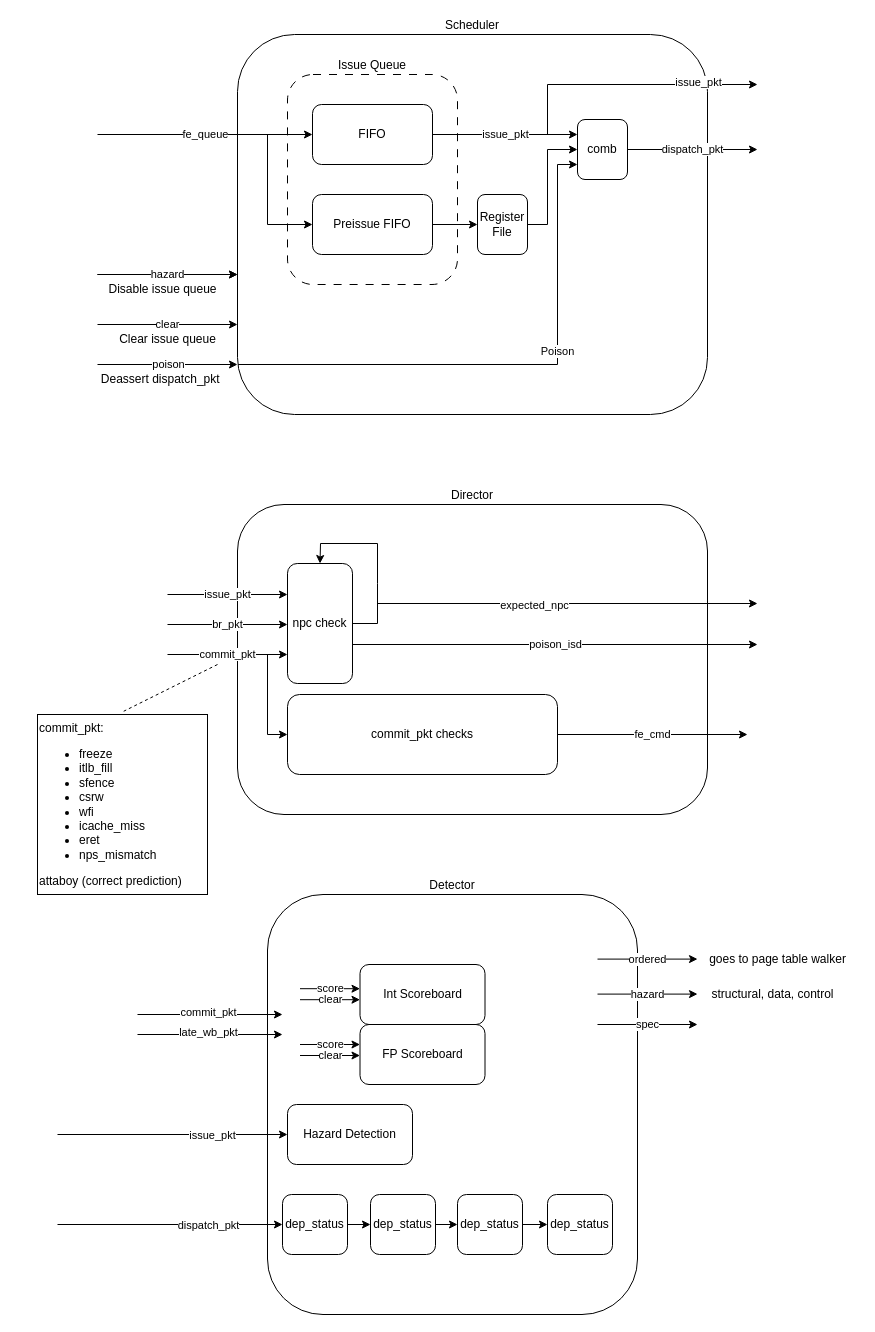
Before: page "Back End" (3 of 6) of diagrams/black_parrot.drawio in JefferyLim/ec513_final_project, a draw.io diagram. Source tidied: cells renumbered, new cells numbered last; positions are measured from the earlier drawing's top-left corner, leaving out a move shared by most shapes. Both pictures are drawn from the tidied source at 100%, with x=0, y=0 at pixel (37, 34).
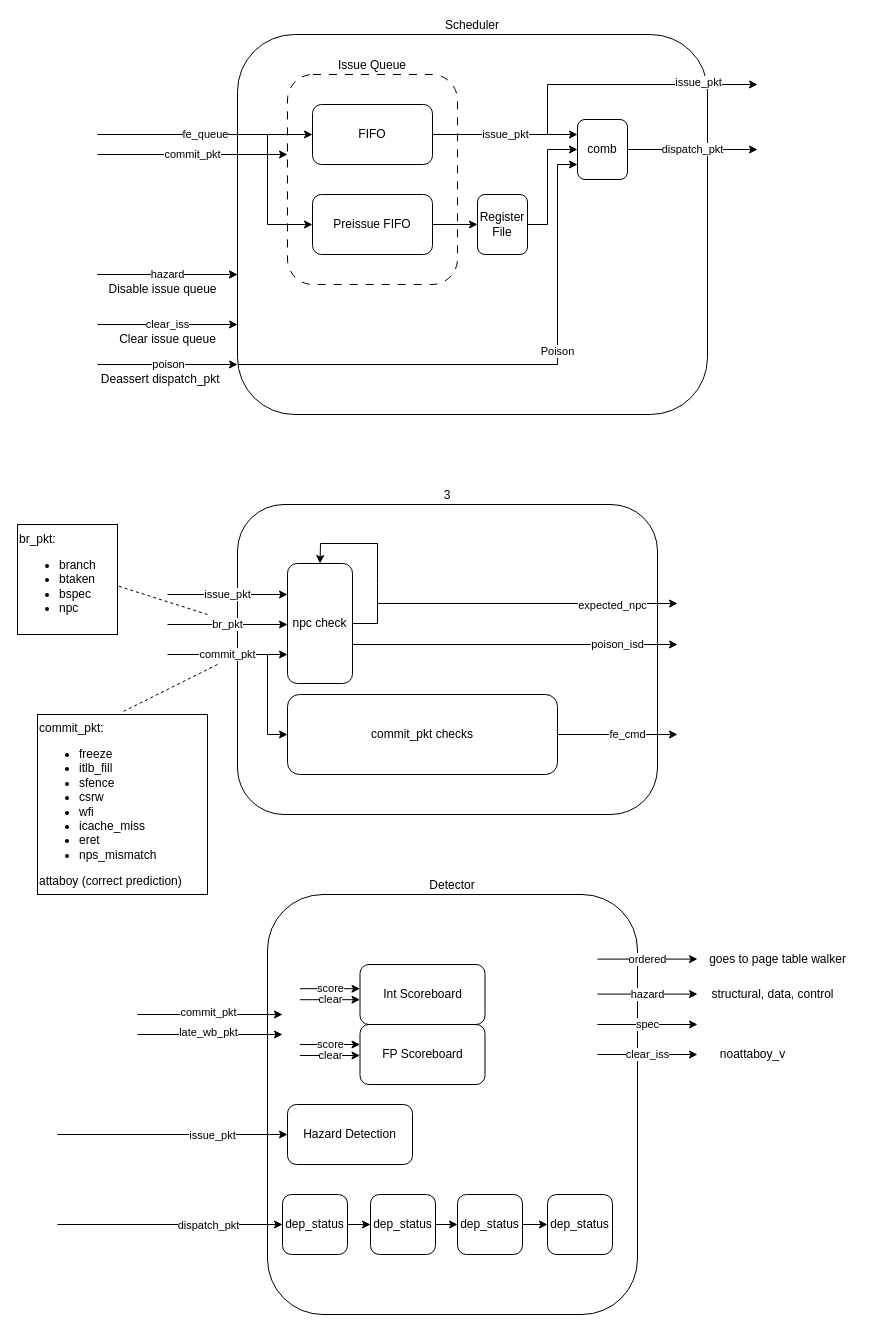
The same page after the edit.

Unchanged cells that the change refers to:
```xml
<mxCell id="38" value="commit_pkt checks" style="rounded=1;whiteSpace=wrap;html=1;" parent="1" vertex="1">
  <mxGeometry x="250" y="660" width="270" height="80" as="geometry" />
</mxCell>
```

Change to the diagram source:
```diff
@@
-    <mxCell id="2" value="Director" style="rounded=1;whiteSpace=wrap;html=1;labelPosition=center;verticalLabelPosition=top;align=center;verticalAlign=bottom;" parent="1" vertex="1">
-      <mxGeometry x="200" y="470" width="470" height="310" as="geometry" />
+    <mxCell id="2" value="3" style="rounded=1;whiteSpace=wrap;html=1;labelPosition=center;verticalLabelPosition=top;align=center;verticalAlign=bottom;" parent="1" vertex="1">
+      <mxGeometry x="200" y="470" width="420" height="310" as="geometry" />
     </mxCell>
@@
-    <mxCell id="19" value="clear" style="endArrow=classic;html=1;rounded=0;" parent="1" edge="1">
+    <mxCell id="19" value="clear_iss" style="endArrow=classic;html=1;rounded=0;" parent="1" edge="1">
       <mxGeometry relative="1" as="geometry">
         <mxPoint x="60" y="290" as="sourcePoint" />
         <mxPoint x="200" y="290" as="targetPoint" />
       </mxGeometry>
     </mxCell>
@@
     <mxCell id="32" value="poison_isd" style="endArrow=classic;html=1;rounded=0;" parent="1" edge="1">
-      <mxGeometry relative="1" as="geometry">
+      <mxGeometry x="0.63" relative="1" as="geometry">
         <mxPoint x="315" y="610" as="sourcePoint" />
-        <mxPoint x="720" y="610" as="targetPoint" />
+        <mxPoint x="640" y="610" as="targetPoint" />
       </mxGeometry>
     </mxCell>
@@
     <mxCell id="35" style="endArrow=classic;html=1;rounded=0;" parent="1" edge="1">
       <mxGeometry relative="1" as="geometry">
         <mxPoint x="340" y="569" as="sourcePoint" />
-        <mxPoint x="720" y="569" as="targetPoint" />
+        <mxPoint x="640" y="569" as="targetPoint" />
       </mxGeometry>
     </mxCell>
     <mxCell id="36" value="expected_npc" style="edgeLabel;html=1;align=center;verticalAlign=middle;" parent="35" vertex="1">
-      <mxGeometry x="-0.18" y="-1" relative="1" as="geometry" />
+      <mxGeometry x="-0.18" y="-1" relative="1" as="geometry">
+        <mxPoint x="111" as="offset" />
+      </mxGeometry>
     </mxCell>
     <mxCell id="37" value="fe_cmd" style="endArrow=classic;html=1;rounded=0;exitX=1;exitY=0.5;exitDx=0;exitDy=0;" parent="1" edge="1" source="38">
-      <mxGeometry relative="1" as="geometry">
-        <mxPoint x="710" y="700" as="targetPoint" />
+      <mxGeometry x="0.17" relative="1" as="geometry">
+        <mxPoint x="640" y="700" as="targetPoint" />
       </mxGeometry>
     </mxCell>
@@
+    <mxCell id="69" value="commit_pkt" style="endArrow=classic;html=1;rounded=0;" parent="1" edge="1">
+      <mxGeometry relative="1" as="geometry">
+        <mxPoint x="60" y="120" as="sourcePoint" />
+        <mxPoint x="250" y="120" as="targetPoint" />
+      </mxGeometry>
+    </mxCell>
+    <mxCell id="70" value="&lt;span style=&quot;color: rgb(0, 0, 0); font-family: Helvetica; font-size: 11px; font-style: normal; font-variant-ligatures: normal; font-variant-caps: normal; font-weight: 400; letter-spacing: normal; orphans: 2; text-align: center; text-indent: 0px; text-transform: none; widows: 2; word-spacing: 0px; -webkit-text-stroke-width: 0px; white-space: nowrap; background-color: rgb(255, 255, 255); text-decoration-thickness: initial; text-decoration-style: initial; text-decoration-color: initial; display: inline !important; float: none;&quot;&gt;clear_iss&lt;/span&gt;" style="endArrow=classic;html=1;rounded=0;" parent="1" edge="1">
+      <mxGeometry relative="1" as="geometry">
+        <mxPoint x="560" y="1020" as="sourcePoint" />
+        <mxPoint x="660" y="1020" as="targetPoint" />
+      </mxGeometry>
+    </mxCell>
+    <mxCell id="71" value="br_pkt:&lt;div&gt;&lt;ul&gt;&lt;li&gt;&lt;span style=&quot;background-color: transparent; color: light-dark(rgb(0, 0, 0), rgb(255, 255, 255));&quot;&gt;branch&lt;/span&gt;&lt;/li&gt;&lt;li&gt;&lt;span style=&quot;background-color: transparent; color: light-dark(rgb(0, 0, 0), rgb(255, 255, 255));&quot;&gt;btaken&lt;/span&gt;&lt;/li&gt;&lt;li&gt;&lt;span style=&quot;background-color: transparent; color: light-dark(rgb(0, 0, 0), rgb(255, 255, 255));&quot;&gt;bspec&lt;/span&gt;&lt;/li&gt;&lt;li&gt;&lt;span style=&quot;background-color: transparent; color: light-dark(rgb(0, 0, 0), rgb(255, 255, 255));&quot;&gt;npc&lt;/span&gt;&lt;/li&gt;&lt;/ul&gt;&lt;/div&gt;" style="text;html=1;align=left;verticalAlign=middle;points=[];strokeColor=default;fillColor=none;" parent="1" vertex="1">
+      <mxGeometry x="-20" y="490" width="100" height="110" as="geometry" />
+    </mxCell>
+    <mxCell id="72" style="endArrow=none;dashed=1;html=1;rounded=0;entryX=0.99;entryY=0.555;entryDx=0;entryDy=0;entryPerimeter=0;" parent="1" edge="1" target="71">
+      <mxGeometry relative="1" as="geometry">
+        <mxPoint x="170" y="580" as="sourcePoint" />
+      </mxGeometry>
+    </mxCell>
+    <mxCell id="73" value="noattaboy_v" style="text;html=1;align=center;verticalAlign=middle;strokeColor=none;fillColor=none;" parent="1" vertex="1">
+      <mxGeometry x="670" y="1005" width="90" height="30" as="geometry" />
+    </mxCell>
```
